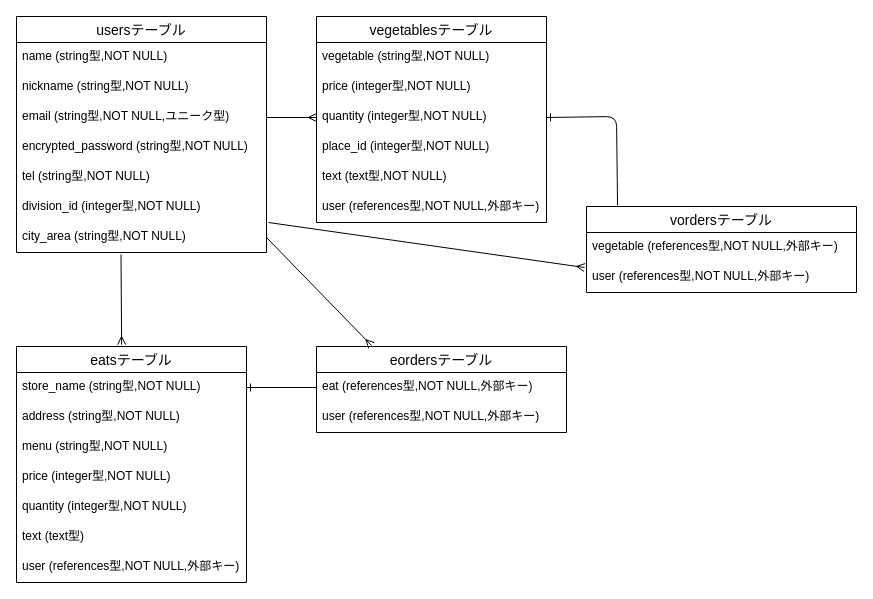
Above: er.dio in ayako913/marche (draw.io), before the change. Source tidied: cells renumbered, new cells numbered last; positions are measured from the earlier drawing's top-left corner, leaving out a move shared by most shapes. Both pictures are drawn from the tidied source at 100%, with x=0, y=0 at pixel (16, 16).
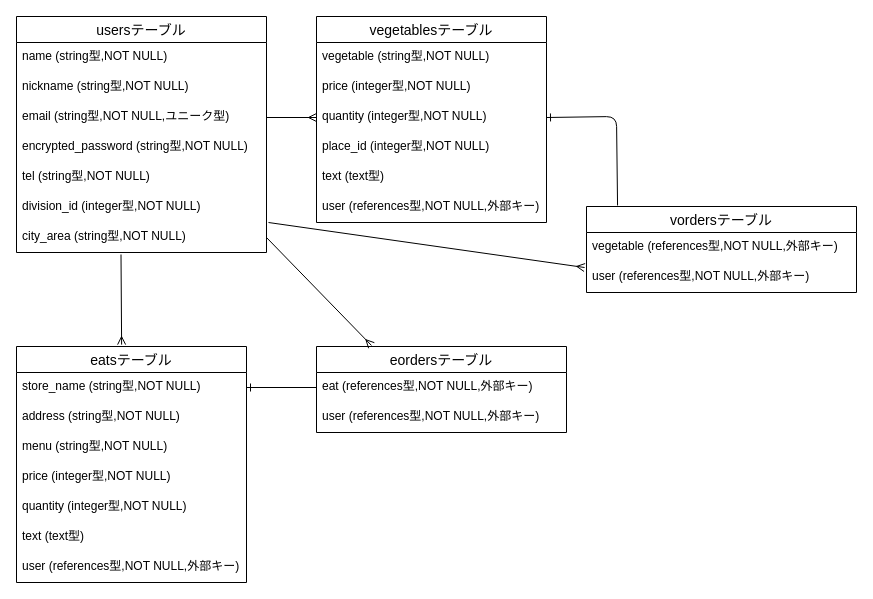
After the change.

Unchanged cells that the change refers to:
```xml
<mxCell id="10" value="vegetablesテーブル" style="swimlane;fontStyle=0;horizontal=1;startSize=26;align=center;fontSize=14;" parent="1" vertex="1">
  <mxGeometry x="300" width="230" height="206" as="geometry" />
</mxCell>
```

Change to the diagram source:
```diff
@@
-    <mxCell id="15" value="text (text型,NOT NULL)" style="text;strokeColor=none;fillColor=none;spacingLeft=4;spacingRight=4;overflow=hidden;fontSize=12;" parent="10" vertex="1">
+    <mxCell id="15" value="text (text型)" style="text;strokeColor=none;fillColor=none;spacingLeft=4;spacingRight=4;overflow=hidden;fontSize=12;" parent="10" vertex="1">
       <mxGeometry y="146" width="230" height="30" as="geometry" />
     </mxCell>
```
